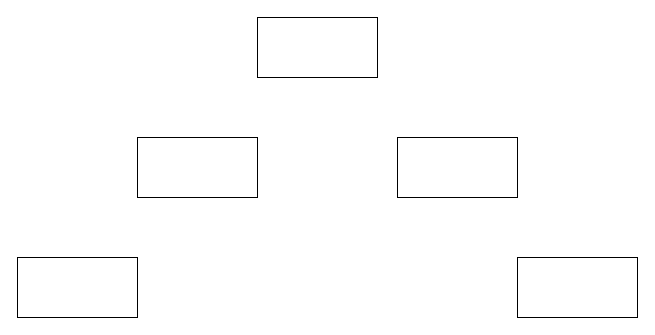
Earlier version of the draw.io diagram Untitled Diagram.drawio (maariagarrcia/Examen-POO). Source tidied: cells renumbered, new cells numbered last; positions are measured from the earlier drawing's top-left corner, leaving out a move shared by most shapes. Both pictures are drawn from the tidied source at 100%, with x=0, y=0 at pixel (17, 17).
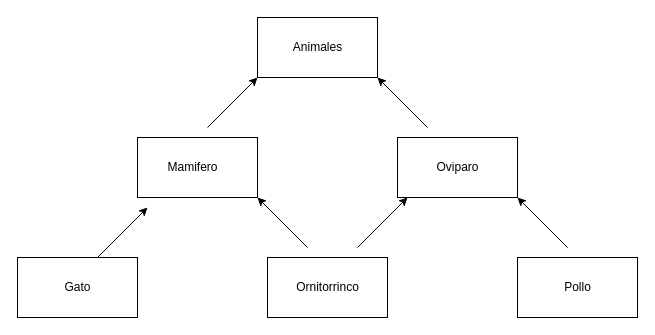
Above is the later version.

The edit, as a diff of the source:
```diff
@@
+    <mxCell id="7" value="Animales" style="text;html=1;align=center;verticalAlign=middle;fillColor=none;strokeColor=none;rounded=0;" parent="1" vertex="1">
+      <mxGeometry x="270" y="20" width="60" height="20" as="geometry" />
+    </mxCell>
+    <mxCell id="8" style="rounded=0;whiteSpace=wrap;html=1;" parent="1" vertex="1">
+      <mxGeometry x="250" y="240" width="120" height="60" as="geometry" />
+    </mxCell>
+    <mxCell id="9" value="Mamifero" style="text;html=1;align=center;verticalAlign=middle;fillColor=none;strokeColor=none;rounded=0;" parent="1" vertex="1">
+      <mxGeometry x="140" y="140" width="70" height="20" as="geometry" />
+    </mxCell>
+    <mxCell id="10" value="Oviparo" style="text;html=1;align=center;verticalAlign=middle;fillColor=none;strokeColor=none;rounded=0;" parent="1" vertex="1">
+      <mxGeometry x="410" y="140" width="60" height="20" as="geometry" />
+    </mxCell>
+    <mxCell id="11" value="Ornitorrinco" style="text;html=1;align=center;verticalAlign=middle;fillColor=none;strokeColor=none;rounded=0;" parent="1" vertex="1">
+      <mxGeometry x="270" y="260" width="80" height="20" as="geometry" />
+    </mxCell>
+    <mxCell id="12" value="Gato" style="text;html=1;align=center;verticalAlign=middle;fillColor=none;strokeColor=none;rounded=0;" parent="1" vertex="1">
+      <mxGeometry x="40" y="260" width="40" height="20" as="geometry" />
+    </mxCell>
+    <mxCell id="13" value="Pollo" style="text;html=1;align=center;verticalAlign=middle;fillColor=none;strokeColor=none;rounded=0;" parent="1" vertex="1">
+      <mxGeometry x="540" y="260" width="40" height="20" as="geometry" />
+    </mxCell>
+    <mxCell id="14" style="endArrow=classic;html=1;rounded=0;" parent="1" edge="1">
+      <mxGeometry relative="1" as="geometry">
+        <mxPoint x="190" y="110" as="sourcePoint" />
+        <mxPoint x="240" y="60" as="targetPoint" />
+      </mxGeometry>
+    </mxCell>
+    <mxCell id="15" style="endArrow=classic;html=1;rounded=0;" parent="1" edge="1">
+      <mxGeometry relative="1" as="geometry">
+        <mxPoint x="80" y="240" as="sourcePoint" />
+        <mxPoint x="130" y="190" as="targetPoint" />
+      </mxGeometry>
+    </mxCell>
+    <mxCell id="16" style="endArrow=classic;html=1;rounded=0;" parent="1" edge="1">
+      <mxGeometry relative="1" as="geometry">
+        <mxPoint x="340" y="230" as="sourcePoint" />
+        <mxPoint x="390" y="180" as="targetPoint" />
+      </mxGeometry>
+    </mxCell>
+    <mxCell id="17" style="endArrow=classic;html=1;rounded=0;" parent="1" edge="1">
+      <mxGeometry relative="1" as="geometry">
+        <mxPoint x="290" y="230" as="sourcePoint" />
+        <mxPoint x="240" y="180" as="targetPoint" />
+      </mxGeometry>
+    </mxCell>
+    <mxCell id="18" style="endArrow=classic;html=1;rounded=0;" parent="1" edge="1">
+      <mxGeometry relative="1" as="geometry">
+        <mxPoint x="410" y="110" as="sourcePoint" />
+        <mxPoint x="360" y="60" as="targetPoint" />
+      </mxGeometry>
+    </mxCell>
+    <mxCell id="19" style="endArrow=classic;html=1;rounded=0;" parent="1" edge="1">
+      <mxGeometry relative="1" as="geometry">
+        <mxPoint x="550" y="230" as="sourcePoint" />
+        <mxPoint x="500" y="180" as="targetPoint" />
+      </mxGeometry>
+    </mxCell>
```
